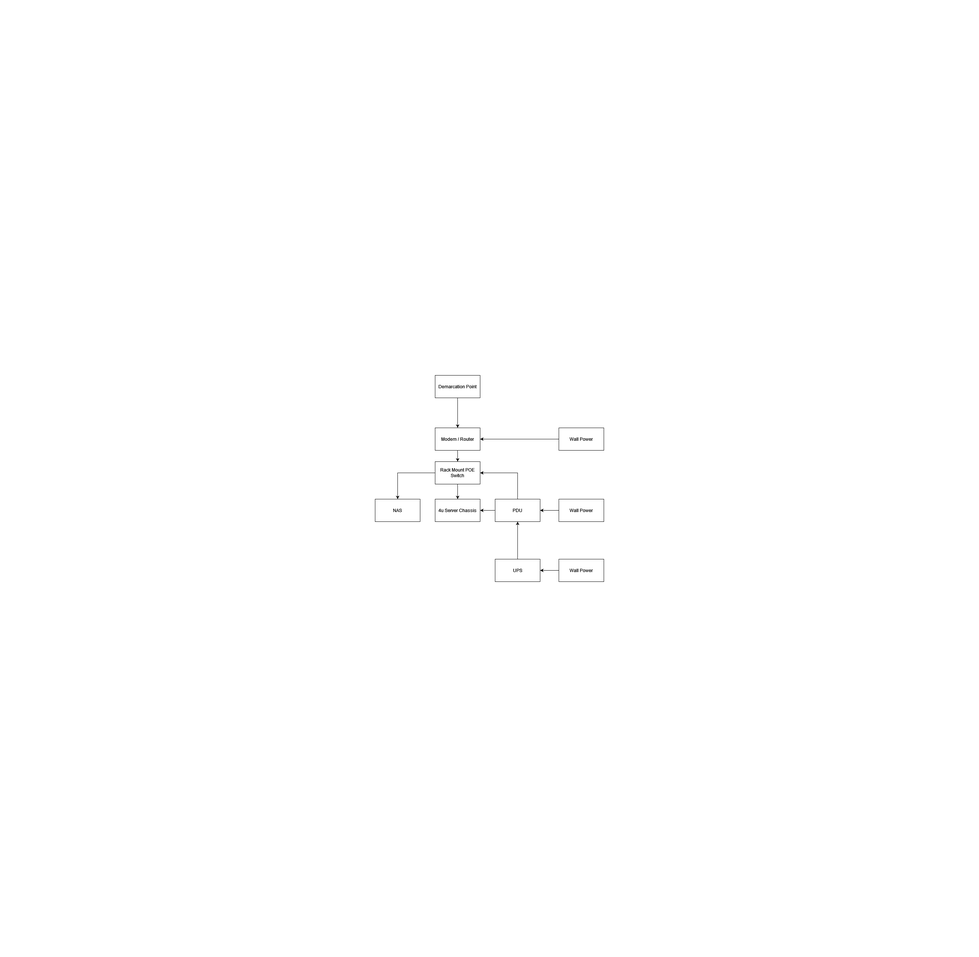
Above: Untitled Diagram.drawio.png in KevinWongCS/RackBuild (draw.io), before the change. Source tidied: cells renumbered, new cells last; positions are measured from the earlier drawing's top-left corner, leaving out a move shared by most shapes.
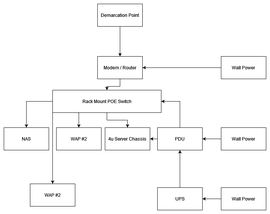
After the commit.

Diff of the diagram source:
```diff
@@ -14,8 +14,11 @@
     <mxCell id="5" style="edgeStyle=orthogonalEdgeStyle;rounded=0;jettySize=auto;html=1;entryX=0.5;entryY=0;entryDx=0;entryDy=0;" parent="1" edge="1" source="6" target="19">
       <mxGeometry relative="1" as="geometry" />
     </mxCell>
+    <mxCell id="22" style="edgeStyle=orthogonalEdgeStyle;rounded=0;jettySize=auto;html=1;exitX=0;exitY=1;exitDx=0;exitDy=0;entryX=0.5;entryY=0;entryDx=0;entryDy=0;" parent="1" edge="1" source="6" target="25">
+      <mxGeometry relative="1" as="geometry" />
+    </mxCell>
     <mxCell id="6" value="Rack Mount POE Switch" style="rounded=0;whiteSpace=wrap;html=1;" parent="1" vertex="1">
-      <mxGeometry x="160" y="230" width="120" height="60" as="geometry" />
+      <mxGeometry x="40" y="230" width="290" height="60" as="geometry" />
     </mxCell>
     <mxCell id="7" style="edgeStyle=orthogonalEdgeStyle;rounded=0;jettySize=auto;html=1;entryX=0.5;entryY=1;entryDx=0;entryDy=0;" parent="1" edge="1" source="8" target="11">
       <mxGeometry relative="1" as="geometry" />
@@ -49,7 +52,7 @@
       <mxGeometry x="490" y="330" width="120" height="60" as="geometry" />
     </mxCell>
     <mxCell id="16" value="4u Server Chassis" style="rounded=0;whiteSpace=wrap;html=1;" parent="1" vertex="1">
-      <mxGeometry x="160" y="330" width="120" height="60" as="geometry" />
+      <mxGeometry x="180" y="330" width="120" height="60" as="geometry" />
     </mxCell>
     <mxCell id="17" style="edgeStyle=orthogonalEdgeStyle;rounded=0;jettySize=auto;html=1;entryX=0.5;entryY=0;entryDx=0;entryDy=0;" parent="1" edge="1" source="18" target="3">
       <mxGeometry relative="1" as="geometry" />
@@ -58,7 +61,7 @@
       <mxGeometry x="160" width="120" height="60" as="geometry" />
     </mxCell>
     <mxCell id="19" value="NAS" style="rounded=0;whiteSpace=wrap;html=1;" parent="1" vertex="1">
-      <mxGeometry y="330" width="120" height="60" as="geometry" />
+      <mxGeometry x="-90" y="330" width="120" height="60" as="geometry" />
     </mxCell>
     <mxCell id="20" style="edgeStyle=orthogonalEdgeStyle;rounded=0;jettySize=auto;html=1;entryX=1;entryY=0.5;entryDx=0;entryDy=0;" parent="1" edge="1" source="21" target="3">
       <mxGeometry relative="1" as="geometry" />
@@ -66,5 +69,16 @@
     <mxCell id="21" value="Wall Power" style="rounded=0;whiteSpace=wrap;html=1;" parent="1" vertex="1">
       <mxGeometry x="490" y="140" width="120" height="60" as="geometry" />
     </mxCell>
+    <mxCell id="23" value="WAP #2" style="rounded=0;whiteSpace=wrap;html=1;" parent="1" vertex="1">
+      <mxGeometry x="50" y="330" width="120" height="60" as="geometry" />
+    </mxCell>
+    <mxCell id="24" style="endArrow=classic;html=1;rounded=0;entryX=0.5;entryY=0;entryDx=0;entryDy=0;" parent="1" edge="1" target="23">
+      <mxGeometry relative="1" as="geometry">
+        <mxPoint x="110" y="290" as="sourcePoint" />
+      </mxGeometry>
+    </mxCell>
+    <mxCell id="25" value="WAP #2" style="rounded=0;whiteSpace=wrap;html=1;" parent="1" vertex="1">
+      <mxGeometry x="-20" y="480" width="120" height="60" as="geometry" />
+    </mxCell>
   </root>
 </mxGraphModel>
```
